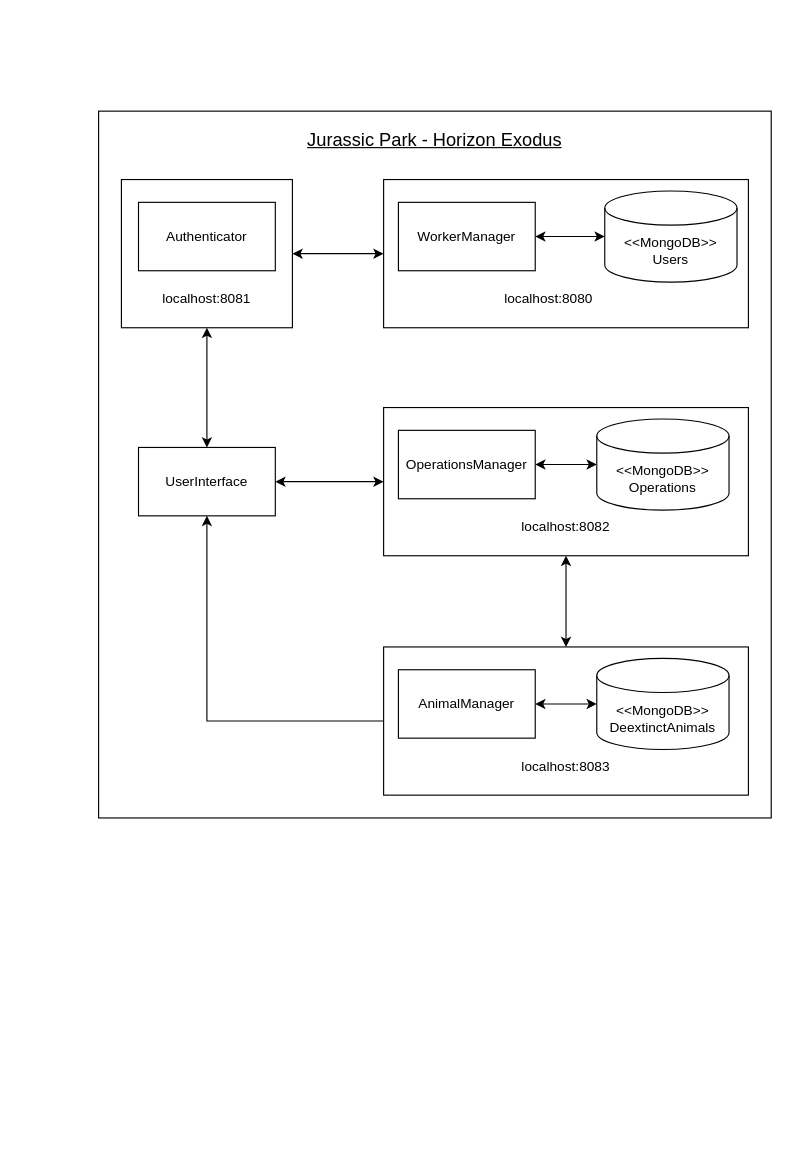
This is Diagrams/Context Diagram.drawio from Faroferinho/JurassicPark-HorizonExodus, a draw.io file, before an edit. Source tidied: cells renumbered, new cells numbered last; positions are measured from the earlier drawing's top-left corner, leaving out a move shared by most shapes. Both pictures are drawn from the tidied source at 114%, with x=0, y=0 at pixel (87, 111).
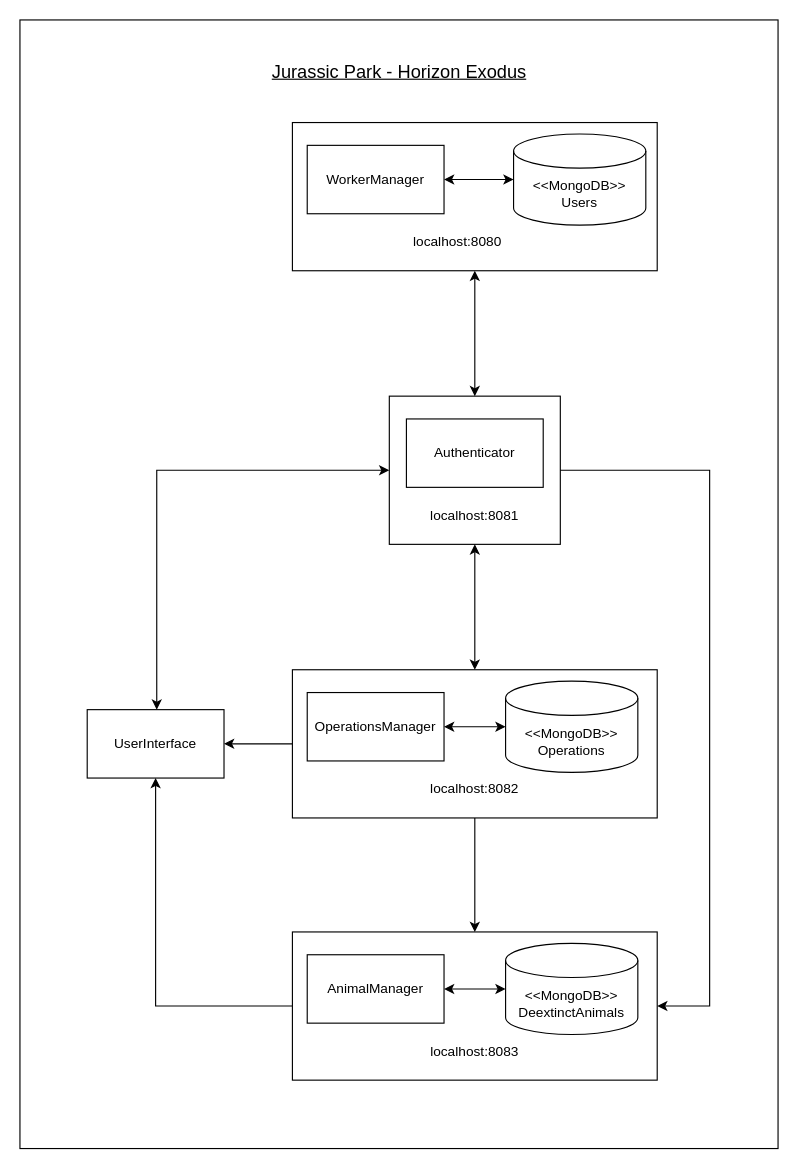
The same page after the edit.

The change refers to these unchanged cells:
```xml
<mxCell id="10" style="rounded=0;whiteSpace=wrap;html=1;" parent="9" vertex="1">
  <mxGeometry width="150" height="130" as="geometry" />
</mxCell>
<mxCell id="17" style="rounded=0;whiteSpace=wrap;html=1;" parent="16" vertex="1">
  <mxGeometry width="320" height="130" as="geometry" />
</mxCell>
<mxCell id="23" style="rounded=0;whiteSpace=wrap;html=1;" parent="22" vertex="1">
  <mxGeometry width="320" height="130" as="geometry" />
</mxCell>
<mxCell id="29" style="rounded=0;whiteSpace=wrap;html=1;" parent="28" vertex="1">
  <mxGeometry width="320" height="130" as="geometry" />
</mxCell>
```

What changed in the source:
```diff
@@
     <mxCell id="2" style="rounded=0;whiteSpace=wrap;html=1;" parent="1" vertex="1">
-      <mxGeometry x="10" width="590" height="620" as="geometry" />
+      <mxGeometry x="-59" y="-80" width="665" height="990" as="geometry" />
     </mxCell>
@@
-    <mxCell id="5" style="edgeStyle=orthogonalEdgeStyle;rounded=0;jettySize=auto;html=1;startArrow=classic;startFill=1;" parent="1" edge="1" source="6" target="23">
+    <mxCell id="5" style="edgeStyle=orthogonalEdgeStyle;rounded=0;jettySize=auto;html=1;entryX=0;entryY=0.5;entryDx=0;entryDy=0;startArrow=classic;startFill=1;endArrow=none;endFill=0;" parent="1" edge="1" source="6" target="23">
       <mxGeometry relative="1" as="geometry" />
     </mxCell>
+    <mxCell id="34" style="edgeStyle=orthogonalEdgeStyle;rounded=0;jettySize=auto;html=1;entryX=0;entryY=0.5;entryDx=0;entryDy=0;startArrow=classic;startFill=1;" parent="1" edge="1" source="6" target="10">
+      <mxGeometry relative="1" as="geometry">
+        <Array as="points">
+          <mxPoint x="61" y="315" />
+        </Array>
+      </mxGeometry>
+    </mxCell>
     <mxCell id="6" value="UserInterface" style="rounded=0;whiteSpace=wrap;html=1;" parent="1" vertex="1">
-      <mxGeometry x="45" y="295" width="120" height="60" as="geometry" />
+      <mxGeometry y="525" width="120" height="60" as="geometry" />
     </mxCell>
     <mxCell id="7" value="&lt;u&gt;&lt;font style=&quot;font-size: 16px;&quot;&gt;Jurassic Park - Horizon Exodus&lt;/font&gt;&lt;/u&gt;" style="text;html=1;align=center;verticalAlign=middle;whiteSpace=wrap;rounded=0;" parent="1" vertex="1">
-      <mxGeometry x="189" y="10" width="232" height="30" as="geometry" />
+      <mxGeometry x="157.5" y="-50" width="232" height="30" as="geometry" />
     </mxCell>
-    <mxCell id="8" style="edgeStyle=orthogonalEdgeStyle;rounded=0;jettySize=auto;html=1;startArrow=classic;startFill=1;" parent="1" edge="1" source="23" target="29">
-      <mxGeometry relative="1" as="geometry" />
-    </mxCell>
     <mxCell id="9" style="group;" parent="1" vertex="1">
-      <mxGeometry x="30" y="60" width="150" height="130" as="geometry" />
+      <mxGeometry x="265" y="250" width="150" height="130" as="geometry" />
     </mxCell>
@@
-    <mxCell id="13" style="edgeStyle=orthogonalEdgeStyle;rounded=0;jettySize=auto;html=1;startArrow=classic;startFill=1;" parent="1" edge="1" source="10" target="6">
-      <mxGeometry relative="1" as="geometry" />
-    </mxCell>
-    <mxCell id="14" style="edgeStyle=orthogonalEdgeStyle;rounded=0;jettySize=auto;html=1;startArrow=classic;startFill=1;" parent="1" edge="1" source="17" target="10">
-      <mxGeometry relative="1" as="geometry" />
-    </mxCell>
@@
     <mxCell id="16" style="group;" parent="1" vertex="1">
-      <mxGeometry x="260" y="60" width="320" height="130" as="geometry" />
+      <mxGeometry x="180" y="10" width="320" height="130" as="geometry" />
     </mxCell>
@@
     <mxCell id="22" style="group;" parent="1" vertex="1">
-      <mxGeometry x="260" y="260" width="320" height="130" as="geometry" />
+      <mxGeometry x="180" y="490" width="320" height="130" as="geometry" />
     </mxCell>
@@
     <mxCell id="28" style="group;" parent="1" vertex="1">
-      <mxGeometry x="260" y="470" width="320" height="130" as="geometry" />
+      <mxGeometry x="180" y="720" width="320" height="130" as="geometry" />
     </mxCell>
@@
+    <mxCell id="8" style="edgeStyle=orthogonalEdgeStyle;rounded=0;jettySize=auto;html=1;" parent="1" edge="1" source="23" target="29">
+      <mxGeometry relative="1" as="geometry" />
+    </mxCell>
+    <mxCell id="35" style="edgeStyle=orthogonalEdgeStyle;rounded=0;jettySize=auto;html=1;startArrow=classic;startFill=1;" parent="1" edge="1" source="10" target="17">
+      <mxGeometry relative="1" as="geometry" />
+    </mxCell>
+    <mxCell id="36" style="edgeStyle=orthogonalEdgeStyle;rounded=0;jettySize=auto;html=1;startArrow=classic;startFill=1;" parent="1" edge="1" source="10" target="23">
+      <mxGeometry relative="1" as="geometry" />
+    </mxCell>
+    <mxCell id="37" style="edgeStyle=orthogonalEdgeStyle;rounded=0;jettySize=auto;html=1;endArrow=none;endFill=0;startArrow=classic;startFill=1;" parent="1" edge="1" source="29" target="10">
+      <mxGeometry relative="1" as="geometry">
+        <Array as="points">
+          <mxPoint x="546" y="785" />
+          <mxPoint x="546" y="315" />
+        </Array>
+      </mxGeometry>
+    </mxCell>
```
